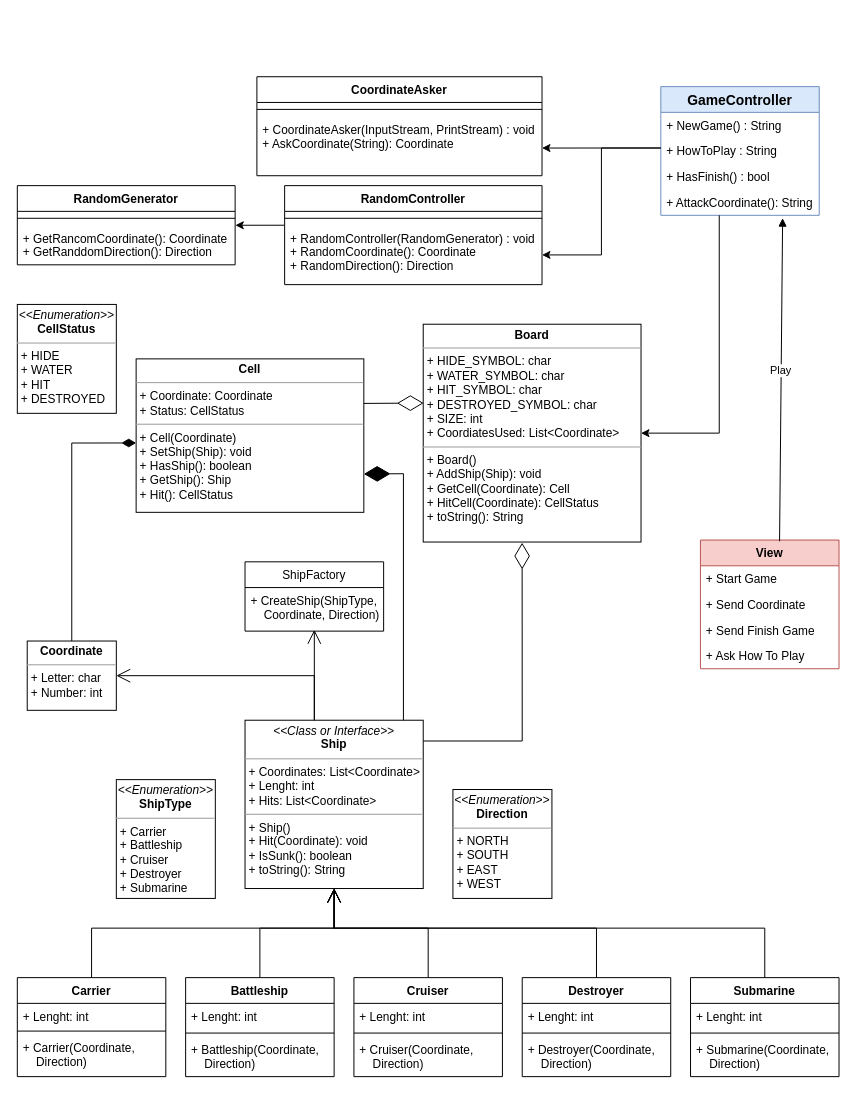
Above: UML.drawio in CesarSnake/Battleship (draw.io), before the change. Source tidied: cells renumbered, new cells numbered last; positions are measured from the earlier drawing's top-left corner, leaving out a move shared by most shapes. Both pictures are drawn from the tidied source at 99%, with x=0, y=0 at pixel (17, 76).
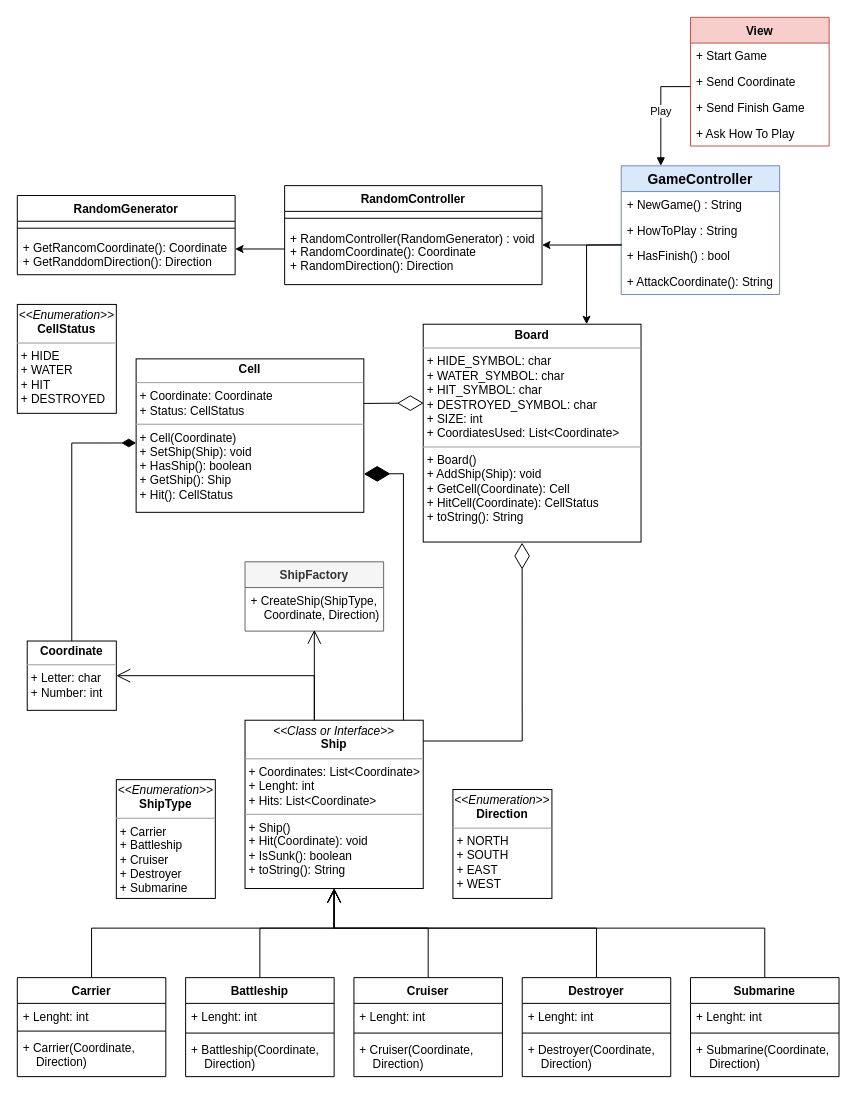
The same page after the edit.

Commit message (it also covers changes not shown here):
Updated UML with the view, optimized GameControler

Unchanged cells that the change refers to:
```xml
<mxCell id="25" value="&lt;p style=&quot;margin: 0px ; margin-top: 4px ; text-align: center&quot;&gt;&lt;b&gt;Board&lt;/b&gt;&lt;/p&gt;&lt;hr size=&quot;1&quot;&gt;&lt;p style=&quot;margin: 0px 0px 0px 4px&quot;&gt;+ HIDE_SYMBOL: char&lt;/p&gt;&lt;p style=&quot;margin: 0px ; margin-left: 4px&quot;&gt;+ WATER_SYMBOL: char&lt;br&gt;&lt;/p&gt;&lt;p style=&quot;margin: 0px ; margin-left: 4px&quot;&gt;&lt;span&gt;+ HIT_SYMBOL: char&lt;/span&gt;&lt;br&gt;&lt;/p&gt;&lt;p style=&quot;margin: 0px ; margin-left: 4px&quot;&gt;+ DESTROYED_SYMBOL: char&lt;br&gt;+ SIZE: int&lt;br&gt;+ CoordiatesUsed: List&amp;lt;Coordinate&amp;gt;&lt;/p&gt;&lt;hr size=&quot;1&quot;&gt;&lt;p style=&quot;margin: 0px ; margin-left: 4px&quot;&gt;+ Board()&lt;/p&gt;&lt;p style=&quot;margin: 0px ; margin-left: 4px&quot;&gt;+ AddShip(Ship): void&lt;/p&gt;&lt;p style=&quot;margin: 0px ; margin-left: 4px&quot;&gt;+ GetCell(Coordinate): Cell&lt;br&gt;&lt;/p&gt;&lt;p style=&quot;margin: 0px ; margin-left: 4px&quot;&gt;+ HitCell(Coordinate): CellStatus&lt;/p&gt;&lt;p style=&quot;margin: 0px ; margin-left: 4px&quot;&gt;+ toString(): String&lt;/p&gt;&lt;p style=&quot;margin: 0px ; margin-left: 4px&quot;&gt;&lt;br&gt;&lt;/p&gt;" style="verticalAlign=top;align=left;overflow=fill;fontSize=12;fontFamily=Helvetica;html=1;" parent="1" vertex="1">
  <mxGeometry x="410" y="250" width="220" height="220" as="geometry" />
</mxCell>
<mxCell id="45" value="+ RandomController(RandomGenerator) : void&#10;+ RandomCoordinate(): Coordinate&#10;+ RandomDirection(): Direction&#10;" style="text;strokeColor=none;fillColor=none;align=left;verticalAlign=top;spacingLeft=4;spacingRight=4;overflow=hidden;points=[[0,0.5],[1,0.5]];portConstraint=eastwest;" parent="43" vertex="1">
  <mxGeometry y="40" width="260" height="60" as="geometry" />
</mxCell>
<mxCell id="48" value="+ GetRancomCoordinate(): Coordinate&#10;+ GetRanddomDirection(): Direction" style="text;strokeColor=none;fillColor=none;align=left;verticalAlign=top;spacingLeft=4;spacingRight=4;overflow=hidden;points=[[0,0.5],[1,0.5]];portConstraint=eastwest;" parent="46" vertex="1">
  <mxGeometry y="40" width="220" height="40" as="geometry" />
</mxCell>
<mxCell id="52" value="+ HasFinish() : bool" style="text;strokeColor=none;fillColor=none;align=left;verticalAlign=top;spacingLeft=4;spacingRight=4;overflow=hidden;points=[[0,0.5],[1,0.5]];portConstraint=eastwest;" parent="49" vertex="1">
  <mxGeometry y="78" width="160" height="26" as="geometry" />
</mxCell>
<mxCell id="53" value="+ AttackCoordinate(): String" style="text;strokeColor=none;fillColor=none;align=left;verticalAlign=top;spacingLeft=4;spacingRight=4;overflow=hidden;points=[[0,0.5],[1,0.5]];portConstraint=eastwest;" parent="49" vertex="1">
  <mxGeometry y="104" width="160" height="26" as="geometry" />
</mxCell>
<mxCell id="62" value="+ Send Coordinate" style="text;strokeColor=none;fillColor=none;align=left;verticalAlign=top;spacingLeft=4;spacingRight=4;overflow=hidden;points=[[0,0.5],[1,0.5]];portConstraint=eastwest;" parent="60" vertex="1">
  <mxGeometry y="52" width="140" height="26" as="geometry" />
</mxCell>
```

Diff of the diagram source:
```diff
@@
-    <mxCell id="37" value="ShipFactory" style="swimlane;fontStyle=0;horizontal=1;startSize=26;fillColor=none;" parent="1" vertex="1">
+    <mxCell id="37" value="ShipFactory" style="swimlane;fontStyle=1;horizontal=1;startSize=26;fillColor=#f5f5f5;fontColor=#333333;strokeColor=#666666;" parent="1" vertex="1">
       <mxGeometry x="230" y="490" width="140" height="70" as="geometry" />
     </mxCell>
@@
-    <mxCell id="42" style="edgeStyle=orthogonalEdgeStyle;rounded=0;jettySize=auto;html=1;exitX=-0.001;exitY=-0.012;exitDx=0;exitDy=0;exitPerimeter=0;entryX=1.001;entryY=0.001;entryDx=0;entryDy=0;entryPerimeter=0;" parent="1" edge="1" source="45" target="48">
-      <mxGeometry relative="1" as="geometry">
-        <Array as="points">
-          <mxPoint x="220" y="150" />
-        </Array>
-      </mxGeometry>
-    </mxCell>
@@
     <mxCell id="46" value="RandomGenerator" style="swimlane;fontStyle=1;align=center;verticalAlign=top;horizontal=1;startSize=26;" parent="1" vertex="1">
-      <mxGeometry y="110" width="220" height="80" as="geometry" />
+      <mxGeometry y="120" width="220" height="80" as="geometry" />
     </mxCell>
@@
     <mxCell id="49" value="GameController" style="swimlane;fontStyle=1;horizontal=1;startSize=26;fillColor=#dae8fc;strokeColor=#6c8ebf;fontSize=14;" parent="1" vertex="1">
-      <mxGeometry x="650" y="10" width="160" height="130" as="geometry" />
+      <mxGeometry x="610" y="90" width="160" height="130" as="geometry" />
     </mxCell>
@@
-    <mxCell id="54" value="CoordinateAsker" style="swimlane;fontStyle=1;align=center;verticalAlign=top;horizontal=1;startSize=26;" parent="1" vertex="1">
-      <mxGeometry x="242" width="288" height="100" as="geometry" />
-    </mxCell>
-    <mxCell id="55" style="line;strokeWidth=1;fillColor=none;align=left;verticalAlign=middle;spacingTop=-1;spacingLeft=3;spacingRight=3;labelPosition=right;" parent="54" vertex="1">
-      <mxGeometry y="26" width="288" height="14" as="geometry" />
-    </mxCell>
-    <mxCell id="56" value="+ CoordinateAsker(InputStream, PrintStream) : void&#10;+ AskCoordinate(String): Coordinate&#10;" style="text;strokeColor=none;fillColor=none;align=left;verticalAlign=top;spacingLeft=4;spacingRight=4;overflow=hidden;points=[[0,0.5],[1,0.5]];portConstraint=eastwest;" parent="54" vertex="1">
-      <mxGeometry y="40" width="288" height="60" as="geometry" />
-    </mxCell>
-    <mxCell id="57" style="endArrow=classic;html=1;rounded=0;entryX=1;entryY=0.5;entryDx=0;entryDy=0;" parent="1" edge="1" target="45">
-      <mxGeometry relative="1" as="geometry">
-        <mxPoint x="650" y="72" as="sourcePoint" />
-        <Array as="points">
-          <mxPoint x="590" y="72" />
-          <mxPoint x="590" y="180" />
-        </Array>
-      </mxGeometry>
-    </mxCell>
-    <mxCell id="58" style="endArrow=classic;html=1;rounded=0;entryX=1;entryY=0.5;entryDx=0;entryDy=0;" parent="1" edge="1" target="25">
-      <mxGeometry relative="1" as="geometry">
-        <mxPoint x="709" y="140" as="sourcePoint" />
-        <Array as="points">
-          <mxPoint x="709" y="360" />
-        </Array>
-      </mxGeometry>
-    </mxCell>
-    <mxCell id="59" style="endArrow=classic;html=1;rounded=0;entryX=1;entryY=0.534;entryDx=0;entryDy=0;entryPerimeter=0;" parent="1" edge="1" target="56">
-      <mxGeometry relative="1" as="geometry">
-        <mxPoint x="650" y="72" as="sourcePoint" />
-      </mxGeometry>
-    </mxCell>
     <mxCell id="60" value="View" style="swimlane;fontStyle=1;horizontal=1;startSize=26;fillColor=#f8cecc;strokeColor=#b85450;" parent="1" vertex="1">
-      <mxGeometry x="690" y="468" width="140" height="130" as="geometry" />
+      <mxGeometry x="680" y="-60" width="140" height="130" as="geometry" />
     </mxCell>
@@
-    <mxCell id="65" value="Play" style="html=1;verticalAlign=bottom;endArrow=block;rounded=0;entryX=0.769;entryY=1.111;entryDx=0;entryDy=0;entryPerimeter=0;exitX=0.571;exitY=0.009;exitDx=0;exitDy=0;exitPerimeter=0;" parent="1" edge="1" source="60" target="53">
-      <mxGeometry relative="1" as="geometry" />
+    <mxCell id="65" value="Play" style="html=1;verticalAlign=bottom;endArrow=block;rounded=0;entryX=0.25;entryY=0;entryDx=0;entryDy=0;exitX=0;exitY=0.692;exitDx=0;exitDy=0;exitPerimeter=0;" parent="1" edge="1" source="62" target="49">
+      <mxGeometry x="0.17" relative="1" as="geometry">
+        <Array as="points">
+          <mxPoint x="650" y="10" />
+        </Array>
+      </mxGeometry>
     </mxCell>
+    <mxCell id="66" style="endArrow=classic;html=1;rounded=0;entryX=1;entryY=0.5;entryDx=0;entryDy=0;exitX=0.003;exitY=0.075;exitDx=0;exitDy=0;exitPerimeter=0;" parent="1" edge="1" source="52">
+      <mxGeometry relative="1" as="geometry">
+        <mxPoint x="530" y="170" as="targetPoint" />
+      </mxGeometry>
+    </mxCell>
+    <mxCell id="67" style="endArrow=classic;html=1;rounded=0;entryX=1;entryY=0.5;entryDx=0;entryDy=0;exitX=0;exitY=0.5;exitDx=0;exitDy=0;" parent="1" edge="1">
+      <mxGeometry relative="1" as="geometry">
+        <mxPoint x="270" y="174" as="sourcePoint" />
+        <mxPoint x="220" y="174" as="targetPoint" />
+      </mxGeometry>
+    </mxCell>
+    <mxCell id="68" style="endArrow=classic;html=1;rounded=0;entryX=0.75;entryY=0;entryDx=0;entryDy=0;exitX=0.003;exitY=0.07;exitDx=0;exitDy=0;exitPerimeter=0;" parent="1" edge="1" source="52" target="25">
+      <mxGeometry relative="1" as="geometry">
+        <Array as="points">
+          <mxPoint x="575" y="170" />
+        </Array>
+      </mxGeometry>
+    </mxCell>
```
